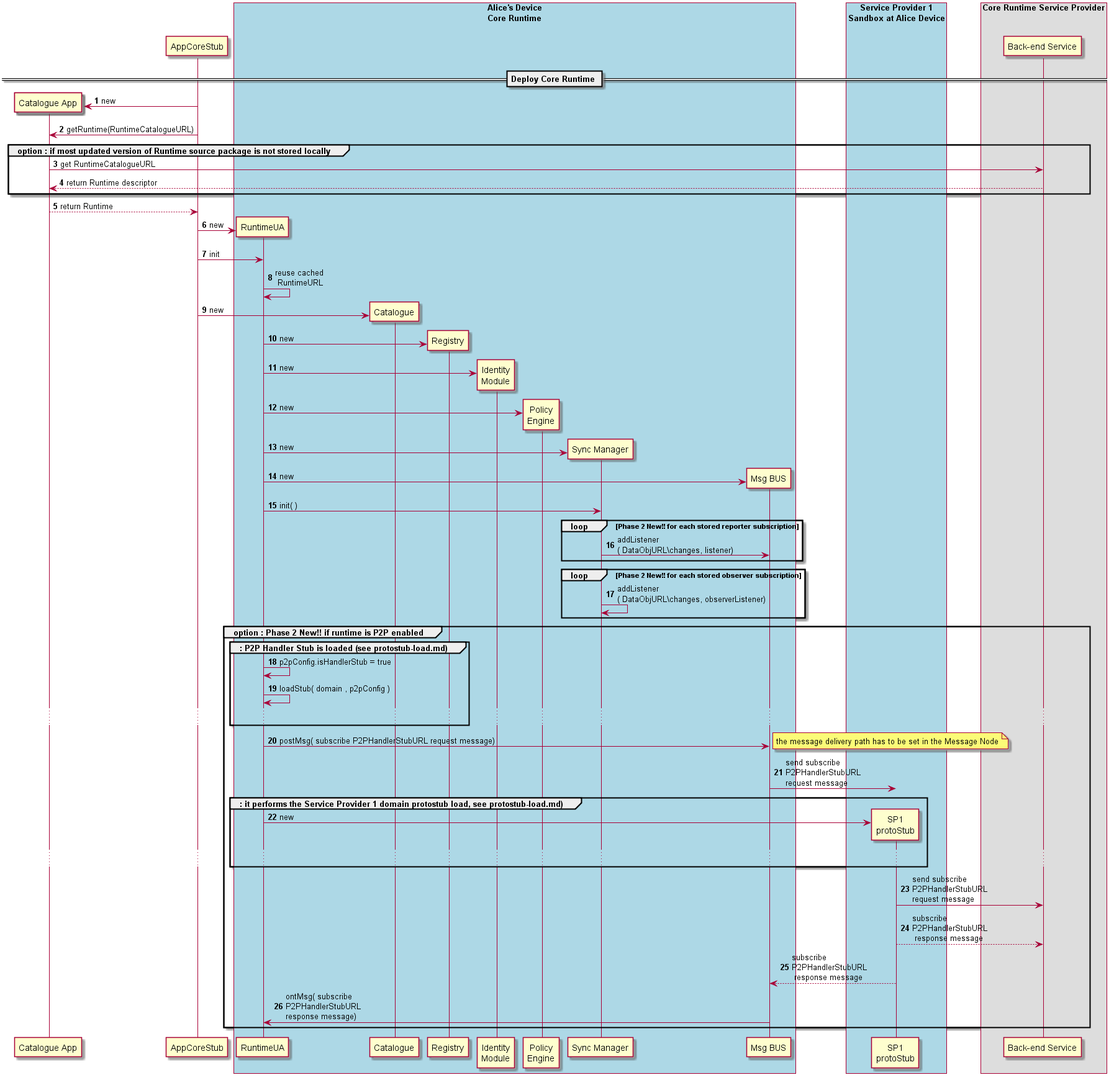
This is dynamic-view/basics/deploy-runtime.png from reTHINK-project/specs, a PlantUML export, as it was before one commit. Its source is kept beside it as dynamic-view/basics/deploy-runtime.plantuml.
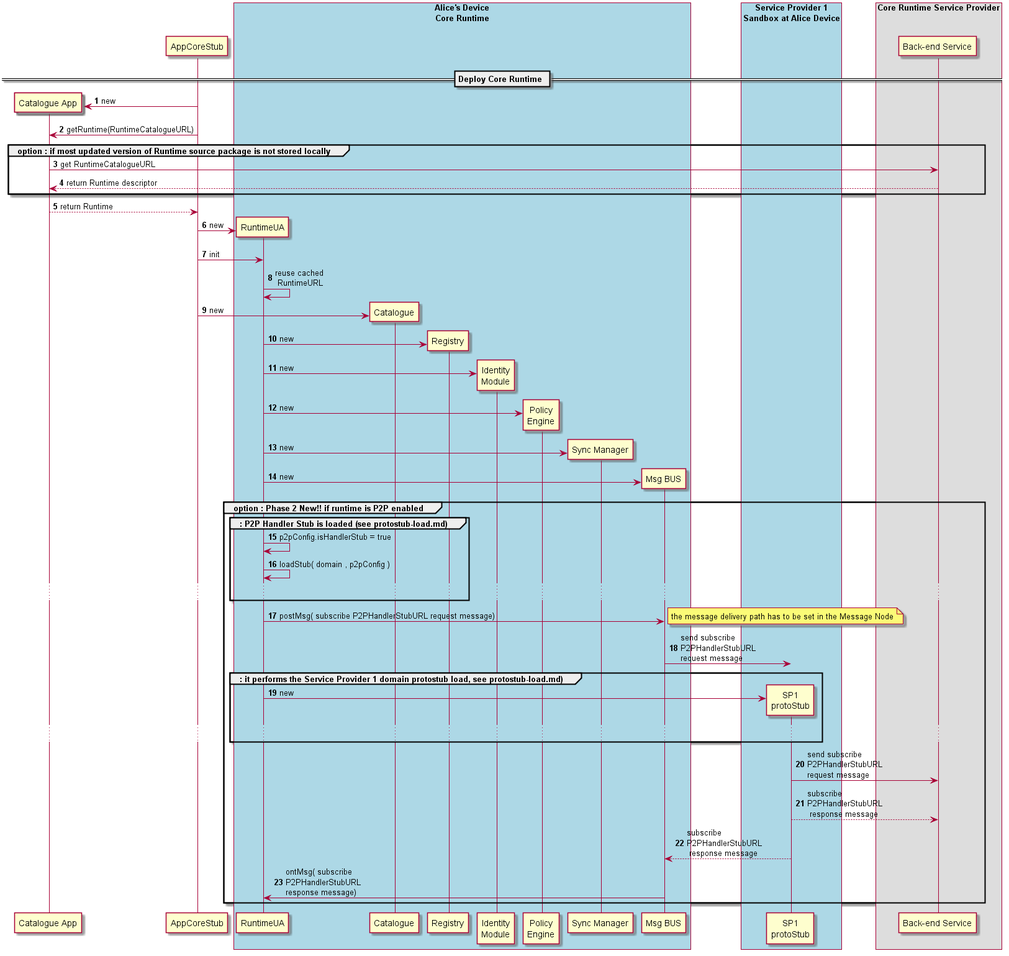
After the commit.

What changed in the source:
```diff
@@ -66,19 +66,6 @@
 create BUS@A
 RunUA@A -> BUS@A : new
 
-RunUA@A -> RunSM@A : init( )
-
-loop  Phase 2 New!! for each stored reporter subscription
-
-  RunSM@A -> BUS@A : addListener\n( DataObjURL\changes, listener)
-
-end
-
-loop Phase 2 New!! for each stored observer subscription
-
-  RunSM@A -> RunSM@A : addListener\n( DataObjURL\changes, observerListener)
-
-end
 
 group option : Phase 2 New!! if runtime is P2P enabled
 
```
